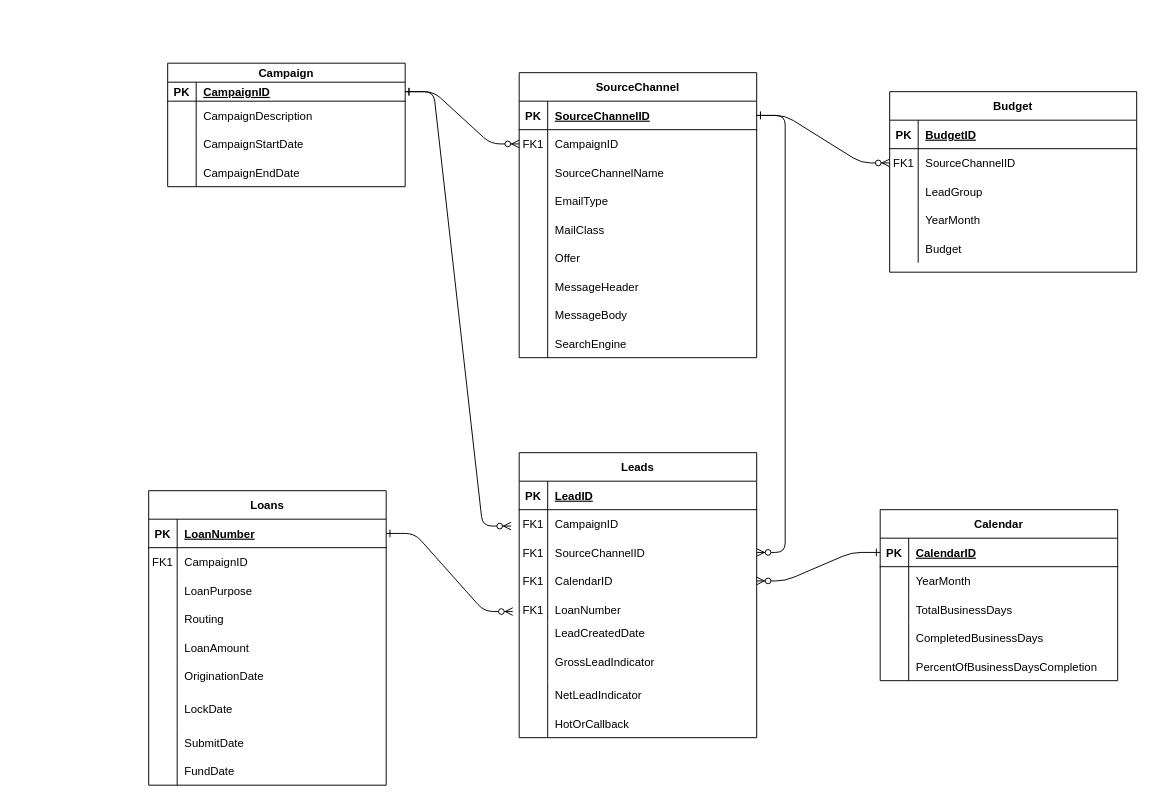
Dharani-18/CODEKATA keeps this draw.io diagram as Untitled Diagram.drawio. Above is the earlier version. Source tidied: cells renumbered, new cells numbered last; positions are measured from the earlier drawing's top-left corner, leaving out a move shared by most shapes. Both pictures are drawn from the tidied source at 95%, with x=0, y=0 at pixel (148, 63).
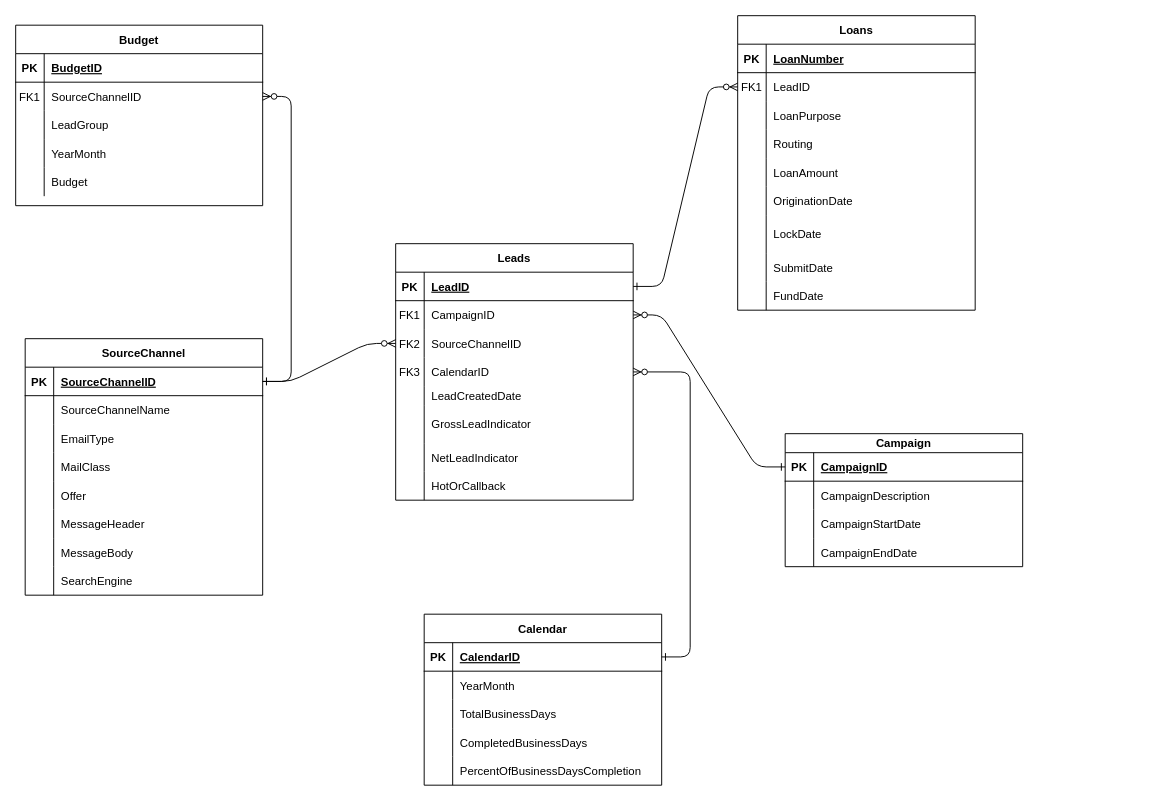
Above is the later version.

Unchanged cells that the change refers to:
```xml
<mxCell id="78" style="shape=partialRectangle;fillColor=none;points=[[0,0.5],[1,0.5]];portConstraint=eastwest;top=0;left=0;right=0;bottom=1;" parent="77" vertex="1">
  <mxGeometry y="30" width="250" height="30" as="geometry" />
</mxCell>
<mxCell id="81" style="shape=partialRectangle;fillColor=none;points=[[0,0.5],[1,0.5]];portConstraint=eastwest;top=0;left=0;right=0;bottom=0;" parent="77" vertex="1">
  <mxGeometry y="60" width="250" height="30" as="geometry" />
</mxCell>
<mxCell id="84" style="shape=partialRectangle;fillColor=none;points=[[0,0.5],[1,0.5]];portConstraint=eastwest;top=0;left=0;right=0;bottom=0;" parent="77" vertex="1">
  <mxGeometry y="90" width="250" height="30" as="geometry" />
</mxCell>
<mxCell id="87" style="shape=partialRectangle;fillColor=none;points=[[0,0.5],[1,0.5]];portConstraint=eastwest;top=0;left=0;right=0;bottom=0;" parent="77" vertex="1">
  <mxGeometry y="120" width="250" height="30" as="geometry" />
</mxCell>
<mxCell id="106" style="shape=partialRectangle;fillColor=none;points=[[0,0.5],[1,0.5]];portConstraint=eastwest;top=0;left=0;right=0;bottom=1;" parent="105" vertex="1">
  <mxGeometry y="30" width="250" height="30" as="geometry" />
</mxCell>
<mxCell id="109" style="shape=partialRectangle;fillColor=none;points=[[0,0.5],[1,0.5]];portConstraint=eastwest;top=0;left=0;right=0;bottom=0;" parent="105" vertex="1">
  <mxGeometry y="60" width="250" height="30" as="geometry" />
</mxCell>
```

Diff of the diagram source:
```diff
@@
-    <mxCell id="2" style="edgeStyle=entityRelationEdgeStyle;endArrow=ERzeroToMany;startArrow=ERone;endFill=1;startFill=0;" parent="1" edge="1" source="49" target="8">
-      <mxGeometry relative="1" as="geometry" />
-    </mxCell>
@@
     <mxCell id="4" value="SourceChannel" style="shape=table;startSize=30;childLayout=tableLayout;rowLines=0;fontStyle=1;align=center;" parent="1" vertex="1">
-      <mxGeometry x="390" y="10" width="250" height="300" as="geometry" />
+      <mxGeometry x="-130" y="290" width="250" height="270" as="geometry" />
     </mxCell>
@@
-    <mxCell id="8" style="shape=partialRectangle;fillColor=none;points=[[0,0.5],[1,0.5]];portConstraint=eastwest;top=0;left=0;right=0;bottom=0;" parent="4" vertex="1">
-      <mxGeometry y="60" width="250" height="30" as="geometry" />
-    </mxCell>
-    <mxCell id="9" value="FK1" style="shape=partialRectangle;overflow=hidden;fillColor=none;top=0;left=0;bottom=0;right=0;" parent="8" vertex="1">
-      <mxGeometry width="30" height="30" as="geometry" />
-    </mxCell>
-    <mxCell id="10" value="CampaignID" style="shape=partialRectangle;overflow=hidden;fillColor=none;top=0;left=0;bottom=0;right=0;align=left;spacingLeft=6;" parent="8" vertex="1">
-      <mxGeometry x="30" width="220" height="30" as="geometry" />
-    </mxCell>
     <mxCell id="11" style="shape=partialRectangle;fillColor=none;top=0;left=0;right=0;bottom=0;" parent="4" vertex="1">
-      <mxGeometry y="90" width="250" height="30" as="geometry" />
+      <mxGeometry y="60" width="250" height="30" as="geometry" />
     </mxCell>
@@
     <mxCell id="14" style="shape=partialRectangle;fillColor=none;top=0;left=0;right=0;bottom=0;" parent="4" vertex="1">
-      <mxGeometry y="120" width="250" height="30" as="geometry" />
+      <mxGeometry y="90" width="250" height="30" as="geometry" />
     </mxCell>
@@
     <mxCell id="17" style="shape=partialRectangle;fillColor=none;top=0;left=0;right=0;bottom=0;" parent="4" vertex="1">
-      <mxGeometry y="150" width="250" height="30" as="geometry" />
+      <mxGeometry y="120" width="250" height="30" as="geometry" />
     </mxCell>
@@
     <mxCell id="20" style="shape=partialRectangle;fillColor=none;top=0;left=0;right=0;bottom=0;" parent="4" vertex="1">
-      <mxGeometry y="180" width="250" height="30" as="geometry" />
+      <mxGeometry y="150" width="250" height="30" as="geometry" />
     </mxCell>
@@
     <mxCell id="23" style="shape=partialRectangle;fillColor=none;top=0;left=0;right=0;bottom=0;" parent="4" vertex="1">
-      <mxGeometry y="210" width="250" height="30" as="geometry" />
+      <mxGeometry y="180" width="250" height="30" as="geometry" />
     </mxCell>
@@
     <mxCell id="26" style="shape=partialRectangle;fillColor=none;top=0;left=0;right=0;bottom=0;" parent="4" vertex="1">
-      <mxGeometry y="240" width="250" height="30" as="geometry" />
+      <mxGeometry y="210" width="250" height="30" as="geometry" />
     </mxCell>
@@
     <mxCell id="29" style="shape=partialRectangle;fillColor=none;top=0;left=0;right=0;bottom=0;" parent="4" vertex="1">
-      <mxGeometry y="270" width="250" height="30" as="geometry" />
+      <mxGeometry y="240" width="250" height="30" as="geometry" />
     </mxCell>
@@
     <mxCell id="32" value="Budget" style="shape=table;startSize=30;childLayout=tableLayout;rowLines=0;fontStyle=1;align=center;" parent="1" vertex="1">
-      <mxGeometry x="780" y="30" width="260" height="190" as="geometry" />
+      <mxGeometry x="-140" y="-40" width="260" height="190" as="geometry" />
     </mxCell>
@@
     <mxCell id="48" value="Campaign" style="shape=table;startSize=20;childLayout=tableLayout;rowLines=0;fontStyle=1;align=center;" parent="1" vertex="1">
-      <mxGeometry x="20" width="250" height="130" as="geometry" />
+      <mxGeometry x="670" y="390" width="250" height="140" as="geometry" />
     </mxCell>
     <mxCell id="49" style="shape=partialRectangle;fillColor=none;points=[[0,0.5],[1,0.5]];portConstraint=eastwest;top=0;left=0;right=0;bottom=1;" parent="48" vertex="1">
-      <mxGeometry y="20" width="250" height="20" as="geometry" />
+      <mxGeometry y="20" width="250" height="30" as="geometry" />
     </mxCell>
     <mxCell id="50" value="PK" style="shape=partialRectangle;overflow=hidden;fillColor=none;top=0;left=0;bottom=0;right=0;fontStyle=1;" parent="49" vertex="1">
-      <mxGeometry width="30" height="20" as="geometry" />
+      <mxGeometry width="30" height="30" as="geometry" />
     </mxCell>
     <mxCell id="51" value="CampaignID" style="shape=partialRectangle;overflow=hidden;fillColor=none;top=0;left=0;bottom=0;right=0;align=left;spacingLeft=6;fontStyle=5;" parent="49" vertex="1">
-      <mxGeometry x="30" width="220" height="20" as="geometry" />
+      <mxGeometry x="30" width="220" height="30" as="geometry" />
     </mxCell>
     <mxCell id="52" style="shape=partialRectangle;fillColor=none;top=0;left=0;right=0;bottom=0;" parent="48" vertex="1">
-      <mxGeometry y="40" width="250" height="30" as="geometry" />
+      <mxGeometry y="50" width="250" height="30" as="geometry" />
     </mxCell>
@@
     <mxCell id="55" style="shape=partialRectangle;fillColor=none;top=0;left=0;right=0;bottom=0;" parent="48" vertex="1">
-      <mxGeometry y="70" width="250" height="30" as="geometry" />
+      <mxGeometry y="80" width="250" height="30" as="geometry" />
     </mxCell>
@@
     <mxCell id="58" style="shape=partialRectangle;fillColor=none;top=0;left=0;right=0;bottom=0;" parent="48" vertex="1">
-      <mxGeometry y="100" width="250" height="30" as="geometry" />
+      <mxGeometry y="110" width="250" height="30" as="geometry" />
     </mxCell>
@@
     <mxCell id="61" value="Calendar" style="shape=table;startSize=30;childLayout=tableLayout;rowLines=0;fontStyle=1;align=center;" parent="1" vertex="1">
-      <mxGeometry x="770" y="470" width="250" height="180" as="geometry" />
+      <mxGeometry x="290" y="580" width="250" height="180" as="geometry" />
     </mxCell>
@@
     <mxCell id="77" value="Leads" style="shape=table;startSize=30;childLayout=tableLayout;rowLines=0;fontStyle=1;align=center;" parent="1" vertex="1">
-      <mxGeometry x="390" y="410" width="250" height="300" as="geometry" />
+      <mxGeometry x="260" y="190" width="250" height="270" as="geometry" />
     </mxCell>
@@
-    <mxCell id="85" value="FK1" style="shape=partialRectangle;overflow=hidden;fillColor=none;top=0;left=0;bottom=0;right=0;" parent="84" vertex="1">
+    <mxCell id="85" value="FK2" style="shape=partialRectangle;overflow=hidden;fillColor=none;top=0;left=0;bottom=0;right=0;" parent="84" vertex="1">
       <mxGeometry width="30" height="30" as="geometry" />
     </mxCell>
@@
-    <mxCell id="88" value="FK1" style="shape=partialRectangle;overflow=hidden;fillColor=none;top=0;left=0;bottom=0;right=0;" parent="87" vertex="1">
+    <mxCell id="88" value="FK3" style="shape=partialRectangle;overflow=hidden;fillColor=none;top=0;left=0;bottom=0;right=0;" parent="87" vertex="1">
       <mxGeometry width="30" height="30" as="geometry" />
     </mxCell>
@@
-    <mxCell id="90" style="shape=partialRectangle;fillColor=none;points=[[0,0.5],[1,0.5]];portConstraint=eastwest;top=0;left=0;right=0;bottom=0;" parent="77" vertex="1">
-      <mxGeometry y="150" width="250" height="30" as="geometry" />
-    </mxCell>
-    <mxCell id="91" value="FK1" style="shape=partialRectangle;overflow=hidden;fillColor=none;top=0;left=0;bottom=0;right=0;" parent="90" vertex="1">
-      <mxGeometry width="30" height="30" as="geometry" />
-    </mxCell>
-    <mxCell id="92" value="LoanNumber" style="shape=partialRectangle;overflow=hidden;fillColor=none;top=0;left=0;bottom=0;right=0;align=left;spacingLeft=6;" parent="90" vertex="1">
-      <mxGeometry x="30" width="220" height="30" as="geometry" />
-    </mxCell>
     <mxCell id="93" style="shape=partialRectangle;fillColor=none;top=0;left=0;right=0;bottom=0;" parent="77" vertex="1">
-      <mxGeometry y="180" width="250" height="20" as="geometry" />
+      <mxGeometry y="150" width="250" height="20" as="geometry" />
     </mxCell>
@@
     <mxCell id="96" style="shape=partialRectangle;fillColor=none;top=0;left=0;right=0;bottom=0;" parent="77" vertex="1">
-      <mxGeometry y="200" width="250" height="40" as="geometry" />
+      <mxGeometry y="170" width="250" height="40" as="geometry" />
     </mxCell>
@@
     <mxCell id="99" style="shape=partialRectangle;fillColor=none;top=0;left=0;right=0;bottom=0;" parent="77" vertex="1">
-      <mxGeometry y="240" width="250" height="30" as="geometry" />
+      <mxGeometry y="210" width="250" height="30" as="geometry" />
     </mxCell>
@@
     <mxCell id="102" style="shape=partialRectangle;fillColor=none;top=0;left=0;right=0;bottom=0;" parent="77" vertex="1">
-      <mxGeometry y="270" width="250" height="30" as="geometry" />
+      <mxGeometry y="240" width="250" height="30" as="geometry" />
     </mxCell>
@@
     <mxCell id="105" value="Loans" style="shape=table;startSize=30;childLayout=tableLayout;rowLines=0;fontStyle=1;align=center;" parent="1" vertex="1">
-      <mxGeometry y="450" width="250" height="310" as="geometry" />
+      <mxGeometry x="620" y="-50" width="250" height="310" as="geometry" />
     </mxCell>
@@
-    <mxCell id="111" value="CampaignID" style="shape=partialRectangle;overflow=hidden;fillColor=none;top=0;left=0;bottom=0;right=0;align=left;spacingLeft=6;" parent="109" vertex="1">
+    <mxCell id="111" value="LeadID" style="shape=partialRectangle;overflow=hidden;fillColor=none;top=0;left=0;bottom=0;right=0;align=left;spacingLeft=6;" parent="109" vertex="1">
       <mxGeometry x="30" width="220" height="30" as="geometry" />
     </mxCell>
@@
-    <mxCell id="134" style="edgeStyle=entityRelationEdgeStyle;endArrow=ERzeroToMany;startArrow=ERone;endFill=1;startFill=0;entryX=-0.027;entryY=0.575;entryDx=0;entryDy=0;entryPerimeter=0;" parent="1" edge="1" source="106" target="90">
-      <mxGeometry relative="1" as="geometry" />
-    </mxCell>
@@
-    <mxCell id="136" style="edgeStyle=entityRelationEdgeStyle;endArrow=ERzeroToMany;startArrow=ERone;endFill=1;startFill=0;entryX=-0.034;entryY=0.575;entryDx=0;entryDy=0;entryPerimeter=0;exitX=1;exitY=0.5;exitDx=0;exitDy=0;" parent="1" edge="1" source="49" target="81">
+    <mxCell id="136" style="edgeStyle=entityRelationEdgeStyle;endArrow=ERzeroToMany;startArrow=ERone;endFill=1;startFill=0;" parent="1" edge="1" source="49" target="81">
       <mxGeometry relative="1" as="geometry" />
     </mxCell>
+    <mxCell id="134" style="edgeStyle=entityRelationEdgeStyle;endArrow=ERzeroToMany;startArrow=ERone;endFill=1;startFill=0;" parent="1" edge="1" source="78" target="109">
+      <mxGeometry relative="1" as="geometry" />
+    </mxCell>
```
